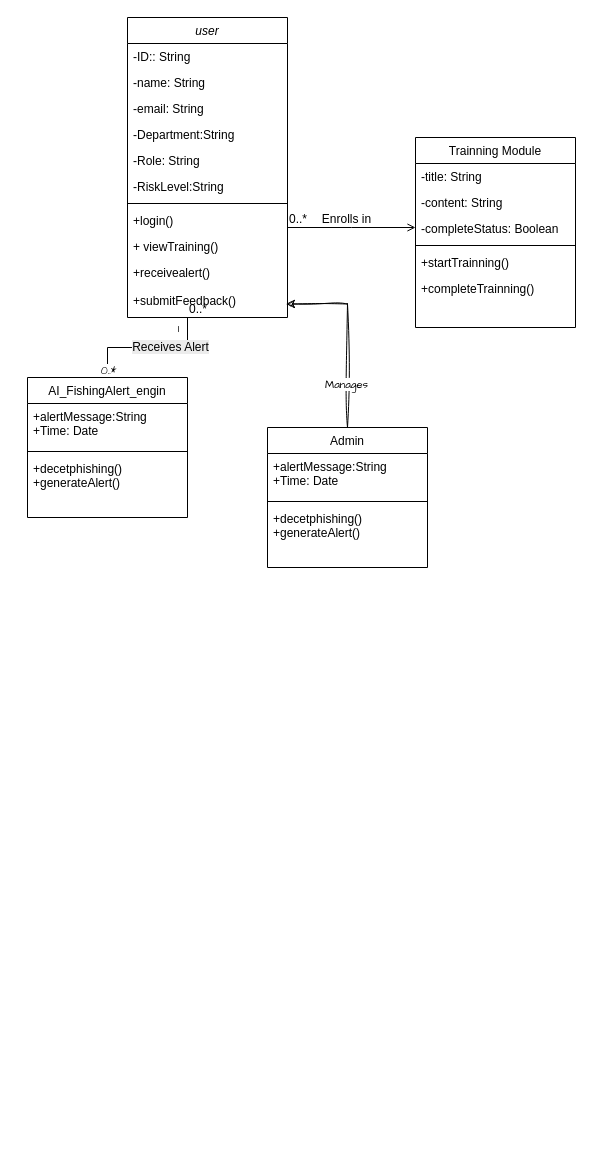
Earlier version of the draw.io diagram UML class diagram.drawio (intisarHJM/notes). Source tidied: cells renumbered, new cells numbered last; positions are measured from the earlier drawing's top-left corner, leaving out a move shared by most shapes. Both pictures are drawn from the tidied source at 100%, with x=0, y=0 at pixel (27, 17).
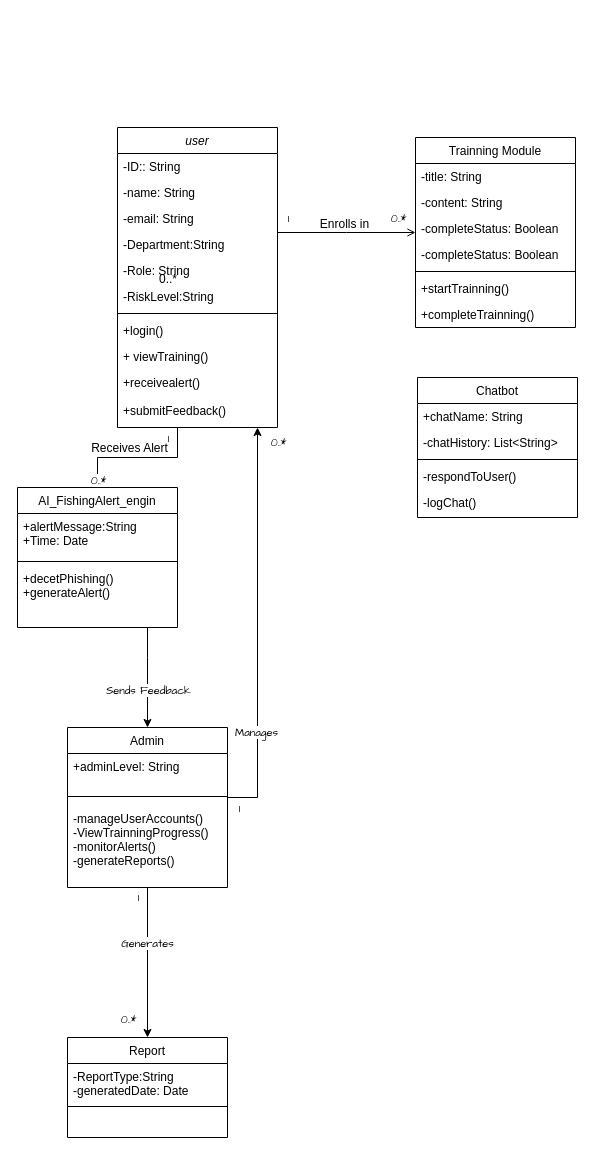
The same diagram, later.

The change refers to these unchanged cells:
```xml
<mxCell id="12" value="+receivealert()&#10;&#10;+submitFeedback()" style="text;align=left;verticalAlign=top;spacingLeft=4;spacingRight=4;overflow=hidden;points=[[0,0.5],[1,0.5]];portConstraint=eastwest;" parent="2" vertex="1">
  <mxGeometry y="242" width="160" height="58" as="geometry" />
</mxCell>
<mxCell id="17" value="Trainning Module" style="swimlane;fontStyle=0;align=center;verticalAlign=top;horizontal=1;startSize=26;rounded=0;shadow=0;strokeWidth=1;" parent="1" vertex="1">
  <mxGeometry x="388" y="120" width="160" height="190" as="geometry" />
</mxCell>
<mxCell id="24" style="endArrow=open;shadow=0;strokeWidth=1;rounded=0;curved=0;endFill=1;edgeStyle=elbowEdgeStyle;elbow=vertical;" parent="1" edge="1" source="2" target="17">
  <mxGeometry x="0.5" y="41" relative="1" as="geometry">
    <mxPoint x="-40" y="32" as="offset" />
  </mxGeometry>
</mxCell>
```

The edit, as a diff of the source:
```diff
@@
     <mxCell id="2" value="user" style="swimlane;fontStyle=2;align=center;verticalAlign=top;horizontal=1;startSize=26;rounded=0;shadow=0;strokeWidth=1;" parent="1" vertex="1">
-      <mxGeometry x="100" width="160" height="300" as="geometry" />
+      <mxGeometry x="90" y="110" width="160" height="300" as="geometry" />
     </mxCell>
@@
     <mxCell id="13" value="AI_FishingAlert_engin" style="swimlane;fontStyle=0;align=center;verticalAlign=top;horizontal=1;startSize=26;rounded=0;shadow=0;strokeWidth=1;" parent="1" vertex="1">
-      <mxGeometry y="360" width="160" height="140" as="geometry" />
+      <mxGeometry x="-10" y="470" width="160" height="140" as="geometry" />
     </mxCell>
@@
-    <mxCell id="16" value="+decetphishing()&#10;+generateAlert()" style="text;align=left;verticalAlign=top;spacingLeft=4;spacingRight=4;overflow=hidden;" parent="13" vertex="1">
+    <mxCell id="16" value="+decetPhishing()&#10;+generateAlert()" style="text;align=left;verticalAlign=top;spacingLeft=4;spacingRight=4;overflow=hidden;" parent="13" vertex="1">
       <mxGeometry y="78" width="160" height="62" as="geometry" />
     </mxCell>
@@
+    <mxCell id="38" value="-completeStatus: Boolean" style="text;align=left;verticalAlign=top;spacingLeft=4;spacingRight=4;overflow=hidden;rounded=0;shadow=0;html=0;" parent="17" vertex="1">
+      <mxGeometry y="78" width="160" height="26" as="geometry" />
+    </mxCell>
     <mxCell id="20" value="-completeStatus: Boolean" style="text;align=left;verticalAlign=top;spacingLeft=4;spacingRight=4;overflow=hidden;rounded=0;shadow=0;html=0;" parent="17" vertex="1">
-      <mxGeometry y="78" width="160" height="26" as="geometry" />
+      <mxGeometry y="104" width="160" height="26" as="geometry" />
     </mxCell>
     <mxCell id="21" style="line;html=1;strokeWidth=1;align=left;verticalAlign=middle;spacingTop=-1;spacingLeft=3;spacingRight=3;labelPosition=right;" parent="17" vertex="1">
-      <mxGeometry y="104" width="160" height="8" as="geometry" />
+      <mxGeometry y="130" width="160" height="8" as="geometry" />
     </mxCell>
     <mxCell id="22" value="+startTrainning()" style="text;align=left;verticalAlign=top;spacingLeft=4;spacingRight=4;overflow=hidden;" parent="17" vertex="1">
-      <mxGeometry y="112" width="160" height="26" as="geometry" />
+      <mxGeometry y="138" width="160" height="26" as="geometry" />
     </mxCell>
     <mxCell id="23" value="+completeTrainning()" style="text;align=left;verticalAlign=top;spacingLeft=4;spacingRight=4;overflow=hidden;" parent="17" vertex="1">
-      <mxGeometry y="138" width="160" height="26" as="geometry" />
+      <mxGeometry y="164" width="160" height="26" as="geometry" />
     </mxCell>
@@
-    <mxCell id="25" value="0..*" style="align=left;verticalAlign=bottom;labelBackgroundColor=none;fontSize=12;" parent="24" vertex="1">
-      <mxGeometry x="-1" relative="1" as="geometry" />
-    </mxCell>
@@
+    <mxCell id="39" value="0..*" style="edgeLabel;html=1;align=center;verticalAlign=middle;sketch=1;hachureGap=4;jiggle=2;curveFitting=1;fontFamily=Architects Daughter;" parent="24" vertex="1">
+      <mxGeometry x="0.74" y="1" relative="1" as="geometry">
+        <mxPoint y="-14" as="offset" />
+      </mxGeometry>
+    </mxCell>
+    <mxCell id="40" value="1" style="edgeLabel;html=1;align=center;verticalAlign=middle;sketch=1;hachureGap=4;jiggle=2;curveFitting=1;fontFamily=Architects Daughter;" parent="24" vertex="1">
+      <mxGeometry x="-0.57" relative="1" as="geometry">
+        <mxPoint x="-20" y="-15" as="offset" />
+      </mxGeometry>
+    </mxCell>
     <mxCell id="27" style="endArrow=open;shadow=0;strokeWidth=1;rounded=0;curved=0;endFill=1;edgeStyle=elbowEdgeStyle;elbow=vertical;entryX=0.5;entryY=0;entryDx=0;entryDy=0;" parent="1" edge="1" target="13">
       <mxGeometry x="0.5" y="41" relative="1" as="geometry">
-        <mxPoint x="160" y="300" as="sourcePoint" />
+        <mxPoint x="150" y="410" as="sourcePoint" />
         <mxPoint x="-40" y="32" as="offset" />
       </mxGeometry>
     </mxCell>
     <mxCell id="28" value="0..*" style="align=left;verticalAlign=bottom;labelBackgroundColor=none;fontSize=12;" parent="27" vertex="1">
-      <mxGeometry x="-1" relative="1" as="geometry" />
+      <mxGeometry x="-1" relative="1" as="geometry">
+        <mxPoint x="-20" y="-140" as="offset" />
+      </mxGeometry>
     </mxCell>
-    <mxCell id="29" value="&lt;span style=&quot;font-family: Helvetica; font-size: 12px; text-align: left; background-color: rgb(236, 236, 236);&quot;&gt;Receives Alert&lt;/span&gt;" style="edgeLabel;html=1;align=center;verticalAlign=middle;sketch=1;hachureGap=4;jiggle=2;curveFitting=1;fontFamily=Architects Daughter;" parent="27" vertex="1">
-      <mxGeometry x="-0.31" y="-1" relative="1" as="geometry" />
+    <mxCell id="29" value="&lt;span style=&quot;font-family: Helvetica; font-size: 12px; text-align: left;&quot;&gt;Receives Alert&lt;/span&gt;" style="edgeLabel;html=1;align=center;verticalAlign=middle;sketch=1;hachureGap=4;jiggle=2;curveFitting=1;fontFamily=Architects Daughter;fillColor=none;labelBackgroundColor=none;" parent="27" vertex="1">
+      <mxGeometry x="-0.31" y="-1" relative="1" as="geometry">
+        <mxPoint x="-31" y="-9" as="offset" />
+      </mxGeometry>
     </mxCell>
@@
+    <mxCell id="41" style="edgeStyle=orthogonalEdgeStyle;rounded=0;hachureGap=4;jettySize=auto;html=1;entryX=0.5;entryY=0;entryDx=0;entryDy=0;fontFamily=Architects Daughter;" parent="1" edge="1" source="32" target="49">
+      <mxGeometry relative="1" as="geometry" />
+    </mxCell>
+    <mxCell id="42" value="Generates" style="edgeLabel;html=1;align=center;verticalAlign=middle;sketch=1;hachureGap=4;jiggle=2;curveFitting=1;fontFamily=Architects Daughter;" parent="41" vertex="1">
+      <mxGeometry x="-0.27" y="-1" relative="1" as="geometry" />
+    </mxCell>
+    <mxCell id="43" value="1" style="edgeLabel;html=1;align=center;verticalAlign=middle;sketch=1;hachureGap=4;jiggle=2;curveFitting=1;fontFamily=Architects Daughter;" parent="41" vertex="1">
+      <mxGeometry x="-0.88" relative="1" as="geometry">
+        <mxPoint x="-10" as="offset" />
+      </mxGeometry>
+    </mxCell>
+    <mxCell id="44" value="0..*" style="edgeLabel;html=1;align=center;verticalAlign=middle;sketch=1;hachureGap=4;jiggle=2;curveFitting=1;fontFamily=Architects Daughter;" parent="41" vertex="1">
+      <mxGeometry x="0.75" y="1" relative="1" as="geometry">
+        <mxPoint x="-21" as="offset" />
+      </mxGeometry>
+    </mxCell>
     <mxCell id="32" value="Admin" style="swimlane;fontStyle=0;align=center;verticalAlign=top;horizontal=1;startSize=26;rounded=0;shadow=0;strokeWidth=1;" parent="1" vertex="1">
-      <mxGeometry x="240" y="410" width="160" height="140" as="geometry" />
+      <mxGeometry x="40" y="710" width="160" height="160" as="geometry" />
     </mxCell>
-    <mxCell id="33" value="+alertMessage:String&#10;+Time: Date" style="text;align=left;verticalAlign=top;spacingLeft=4;spacingRight=4;overflow=hidden;" parent="32" vertex="1">
-      <mxGeometry y="26" width="160" height="44" as="geometry" />
+    <mxCell id="33" value="+adminLevel: String" style="text;align=left;verticalAlign=top;spacingLeft=4;spacingRight=4;overflow=hidden;" parent="32" vertex="1">
+      <mxGeometry y="26" width="160" height="34" as="geometry" />
     </mxCell>
     <mxCell id="34" style="line;html=1;strokeWidth=1;align=left;verticalAlign=middle;spacingTop=-1;spacingLeft=3;spacingRight=3;labelPosition=right;" parent="32" vertex="1">
-      <mxGeometry y="70" width="160" height="8" as="geometry" />
+      <mxGeometry y="60" width="160" height="18" as="geometry" />
     </mxCell>
-    <mxCell id="35" value="+decetphishing()&#10;+generateAlert()" style="text;align=left;verticalAlign=top;spacingLeft=4;spacingRight=4;overflow=hidden;" parent="32" vertex="1">
+    <mxCell id="35" value="-manageUserAccounts()&#10;-ViewTrainningProgress()&#10;-monitorAlerts()&#10;-generateReports()" style="text;align=left;verticalAlign=top;spacingLeft=4;spacingRight=4;overflow=hidden;" parent="32" vertex="1">
       <mxGeometry y="78" width="160" height="62" as="geometry" />
     </mxCell>
-    <mxCell id="36" style="edgeStyle=orthogonalEdgeStyle;rounded=0;sketch=1;hachureGap=4;jiggle=2;curveFitting=1;jettySize=auto;html=1;entryX=0.992;entryY=0.767;entryDx=0;entryDy=0;entryPerimeter=0;fontFamily=Architects Daughter;" parent="1" edge="1" source="32" target="12">
-      <mxGeometry relative="1" as="geometry" />
+    <mxCell id="36" style="edgeStyle=orthogonalEdgeStyle;rounded=0;hachureGap=4;jettySize=auto;html=1;fontFamily=Architects Daughter;" parent="1" edge="1" source="32" target="12">
+      <mxGeometry relative="1" as="geometry">
+        <Array as="points">
+          <mxPoint x="230" y="780" />
+        </Array>
+      </mxGeometry>
     </mxCell>
@@
+    <mxCell id="45" value="1" style="edgeLabel;html=1;align=center;verticalAlign=middle;sketch=1;hachureGap=4;jiggle=2;curveFitting=1;fontFamily=Architects Daughter;" parent="36" vertex="1">
+      <mxGeometry x="-0.91" y="-4" relative="1" as="geometry">
+        <mxPoint x="-7" y="6" as="offset" />
+      </mxGeometry>
+    </mxCell>
+    <mxCell id="46" value="0..*" style="edgeLabel;html=1;align=center;verticalAlign=middle;sketch=1;hachureGap=4;jiggle=2;curveFitting=1;fontFamily=Architects Daughter;" parent="36" vertex="1">
+      <mxGeometry x="0.93" y="2" relative="1" as="geometry">
+        <mxPoint x="22" as="offset" />
+      </mxGeometry>
+    </mxCell>
+    <mxCell id="47" style="edgeStyle=orthogonalEdgeStyle;rounded=0;hachureGap=4;jettySize=auto;html=1;fontFamily=Architects Daughter;" parent="1" edge="1" source="13" target="32">
+      <mxGeometry relative="1" as="geometry">
+        <Array as="points">
+          <mxPoint x="120" y="640" />
+          <mxPoint x="120" y="640" />
+        </Array>
+      </mxGeometry>
+    </mxCell>
+    <mxCell id="48" value="Sends Feedback" style="edgeLabel;html=1;align=center;verticalAlign=middle;sketch=1;hachureGap=4;jiggle=2;curveFitting=1;fontFamily=Architects Daughter;" parent="47" vertex="1">
+      <mxGeometry x="0.24" relative="1" as="geometry" />
+    </mxCell>
+    <mxCell id="49" value="Report" style="swimlane;fontStyle=0;align=center;verticalAlign=top;horizontal=1;startSize=26;rounded=0;shadow=0;strokeWidth=1;" parent="1" vertex="1">
+      <mxGeometry x="40" y="1020" width="160" height="100" as="geometry" />
+    </mxCell>
+    <mxCell id="50" value="-ReportType:String&#10;-generatedDate: Date" style="text;align=left;verticalAlign=top;spacingLeft=4;spacingRight=4;overflow=hidden;" parent="49" vertex="1">
+      <mxGeometry y="26" width="160" height="34" as="geometry" />
+    </mxCell>
+    <mxCell id="51" style="line;html=1;strokeWidth=1;align=left;verticalAlign=middle;spacingTop=-1;spacingLeft=3;spacingRight=3;labelPosition=right;" parent="49" vertex="1">
+      <mxGeometry y="60" width="160" height="18" as="geometry" />
+    </mxCell>
+    <mxCell id="52" value="Chatbot" style="swimlane;fontStyle=0;align=center;verticalAlign=top;horizontal=1;startSize=26;rounded=0;shadow=0;strokeWidth=1;" parent="1" vertex="1">
+      <mxGeometry x="390" y="360" width="160" height="140" as="geometry" />
+    </mxCell>
+    <mxCell id="53" value="+chatName: String" style="text;align=left;verticalAlign=top;spacingLeft=4;spacingRight=4;overflow=hidden;rounded=0;shadow=0;html=0;" parent="52" vertex="1">
+      <mxGeometry y="26" width="160" height="26" as="geometry" />
+    </mxCell>
+    <mxCell id="54" value="-chatHistory: List&lt;String&gt;" style="text;align=left;verticalAlign=top;spacingLeft=4;spacingRight=4;overflow=hidden;rounded=0;shadow=0;html=0;" parent="52" vertex="1">
+      <mxGeometry y="52" width="160" height="26" as="geometry" />
+    </mxCell>
+    <mxCell id="55" style="line;html=1;strokeWidth=1;align=left;verticalAlign=middle;spacingTop=-1;spacingLeft=3;spacingRight=3;labelPosition=right;" parent="52" vertex="1">
+      <mxGeometry y="78" width="160" height="8" as="geometry" />
+    </mxCell>
+    <mxCell id="56" value="-respondToUser()" style="text;align=left;verticalAlign=top;spacingLeft=4;spacingRight=4;overflow=hidden;" parent="52" vertex="1">
+      <mxGeometry y="86" width="160" height="26" as="geometry" />
+    </mxCell>
+    <mxCell id="57" value="-logChat()" style="text;align=left;verticalAlign=top;spacingLeft=4;spacingRight=4;overflow=hidden;" parent="52" vertex="1">
+      <mxGeometry y="112" width="160" height="26" as="geometry" />
+    </mxCell>
```
